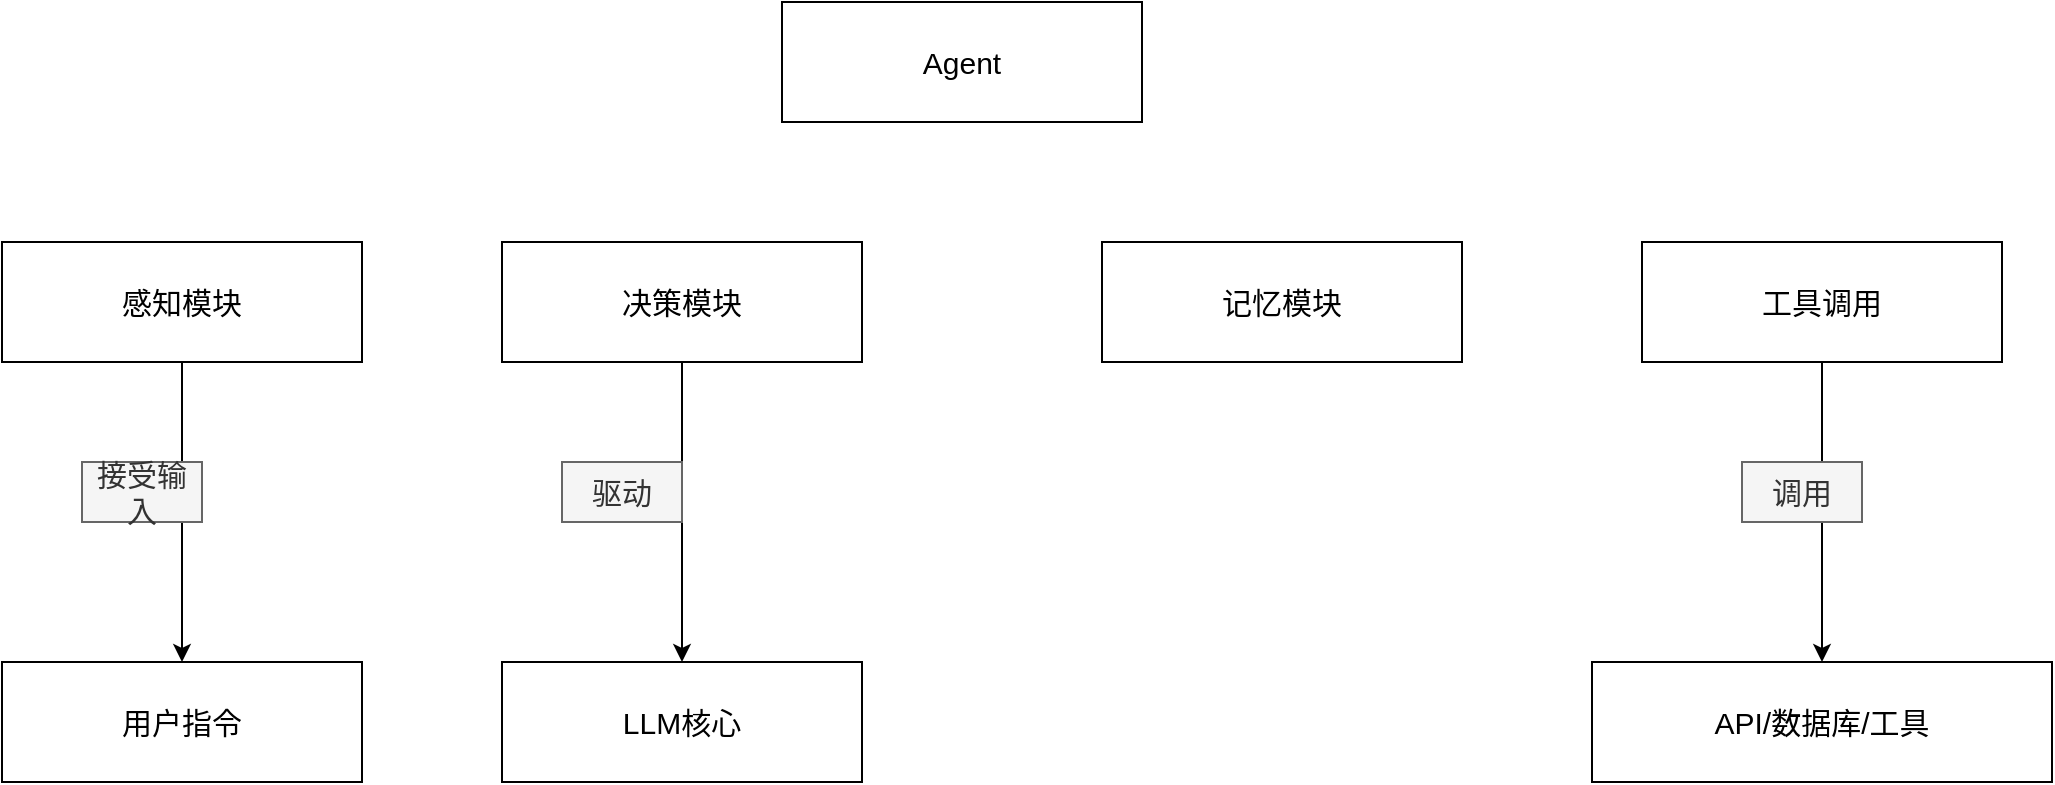
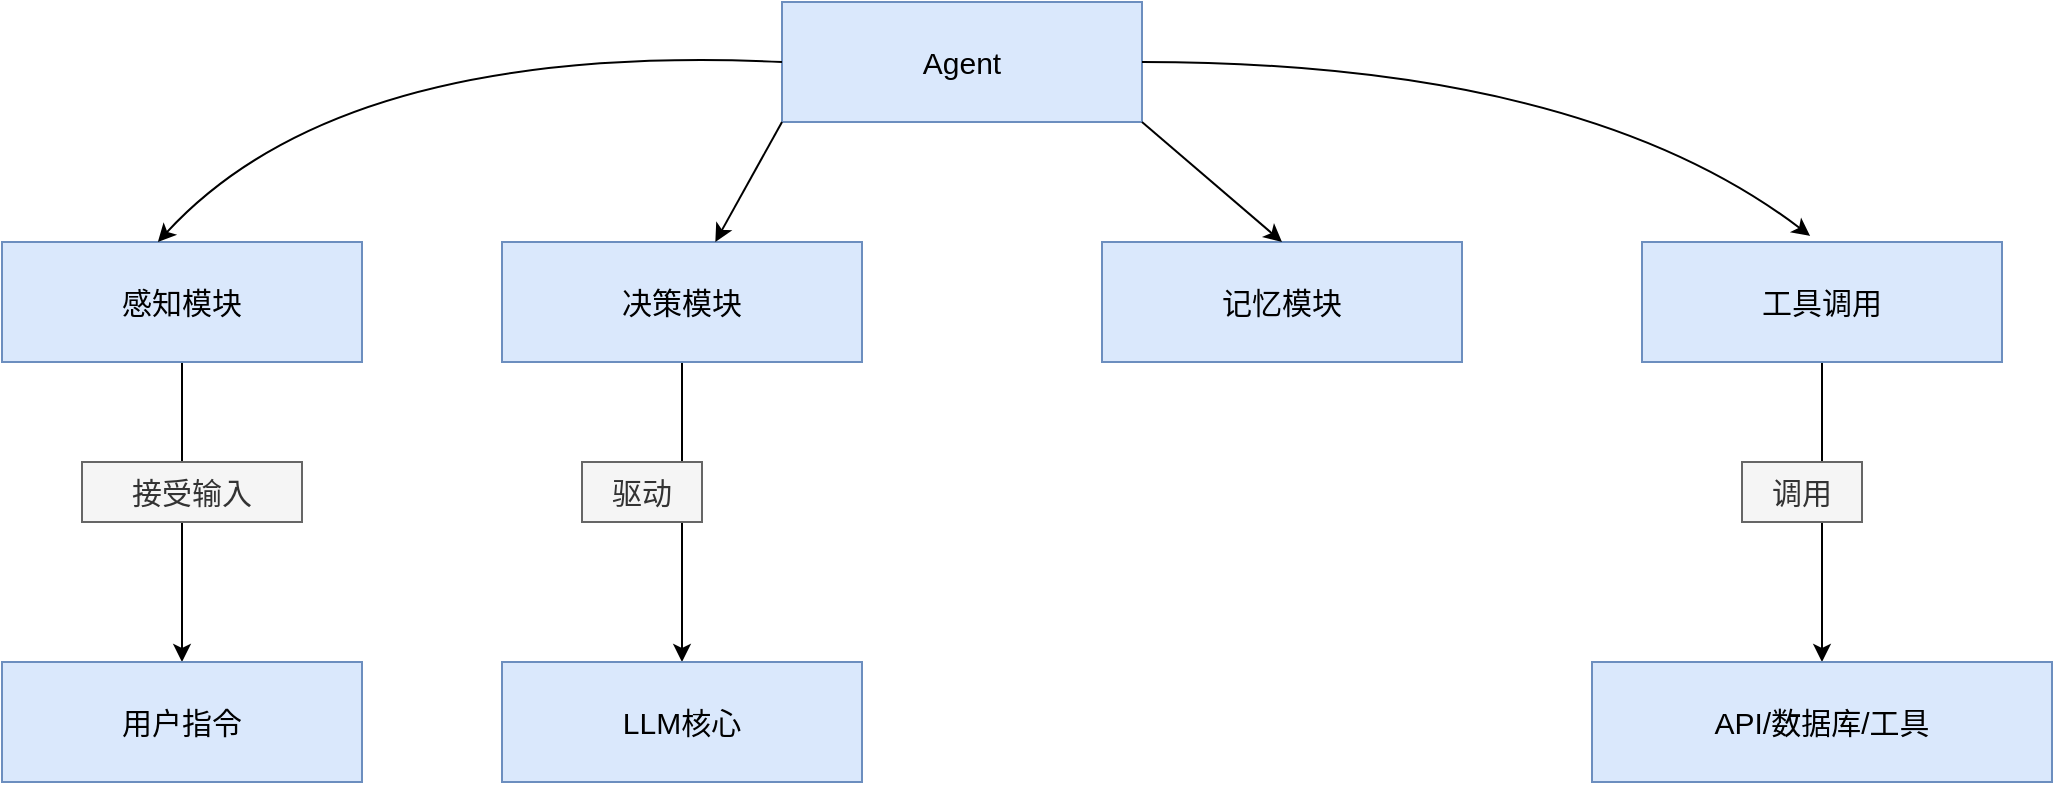
<mxfile host="app.diagrams.net">
  <diagram name="第 1 页" id="bPVzlkbhWvSoOJEPzTIg">
    <mxGraphModel dx="2241" dy="751" grid="1" gridSize="10" guides="1" tooltips="1" connect="1" arrows="1" fold="1" page="1" pageScale="1" pageWidth="827" pageHeight="1169" math="0" shadow="0">
      <root>
        <mxCell id="0" />
        <mxCell id="1" parent="0" />
-         <mxCell id="gLCEh18z237ShsNpVDyn-1" parent="1" style="rounded=0;whiteSpace=wrap;html=1;fontSize=15;" value="Agent" vertex="1">
+         <mxCell id="gLCEh18z237ShsNpVDyn-1" parent="1" style="rounded=0;whiteSpace=wrap;html=1;fontSize=15;fillColor=#dae8fc;strokeColor=#6c8ebf;" value="Agent" vertex="1">
          <mxGeometry height="60" width="180" x="310" y="120" as="geometry" />
        </mxCell>
        <mxCell id="gLCEh18z237ShsNpVDyn-9" edge="1" parent="1" source="gLCEh18z237ShsNpVDyn-2" style="edgeStyle=orthogonalEdgeStyle;rounded=0;orthogonalLoop=1;jettySize=auto;html=1;fontSize=15;" target="gLCEh18z237ShsNpVDyn-6">
          <mxGeometry relative="1" as="geometry" />
        </mxCell>
-         <mxCell id="gLCEh18z237ShsNpVDyn-2" parent="1" style="rounded=0;whiteSpace=wrap;html=1;fontSize=15;" value="感知模块" vertex="1">
+         <mxCell id="gLCEh18z237ShsNpVDyn-2" parent="1" style="rounded=0;whiteSpace=wrap;html=1;fontSize=15;fillColor=#dae8fc;strokeColor=#6c8ebf;" value="感知模块" vertex="1">
          <mxGeometry height="60" width="180" x="-80" y="240" as="geometry" />
        </mxCell>
        <mxCell id="gLCEh18z237ShsNpVDyn-10" edge="1" parent="1" source="gLCEh18z237ShsNpVDyn-3" style="edgeStyle=orthogonalEdgeStyle;rounded=0;orthogonalLoop=1;jettySize=auto;html=1;entryX=0.5;entryY=0;entryDx=0;entryDy=0;fontSize=15;" target="gLCEh18z237ShsNpVDyn-7">
          <mxGeometry relative="1" as="geometry" />
        </mxCell>
-         <mxCell id="gLCEh18z237ShsNpVDyn-3" parent="1" style="rounded=0;whiteSpace=wrap;html=1;fontSize=15;" value="决策模块" vertex="1">
+         <mxCell id="gLCEh18z237ShsNpVDyn-3" parent="1" style="rounded=0;whiteSpace=wrap;html=1;fontSize=15;fillColor=#dae8fc;strokeColor=#6c8ebf;" value="决策模块" vertex="1">
          <mxGeometry height="60" width="180" x="170" y="240" as="geometry" />
        </mxCell>
-         <mxCell id="gLCEh18z237ShsNpVDyn-4" parent="1" style="rounded=0;whiteSpace=wrap;html=1;fontSize=15;" value="记忆模块" vertex="1">
+         <mxCell id="gLCEh18z237ShsNpVDyn-4" parent="1" style="rounded=0;whiteSpace=wrap;html=1;fontSize=15;fillColor=#dae8fc;strokeColor=#6c8ebf;" value="记忆模块" vertex="1">
          <mxGeometry height="60" width="180" x="470" y="240" as="geometry" />
        </mxCell>
        <mxCell id="gLCEh18z237ShsNpVDyn-11" edge="1" parent="1" source="gLCEh18z237ShsNpVDyn-5" style="edgeStyle=orthogonalEdgeStyle;rounded=0;orthogonalLoop=1;jettySize=auto;html=1;entryX=0.5;entryY=0;entryDx=0;entryDy=0;fontSize=15;" target="gLCEh18z237ShsNpVDyn-8">
          <mxGeometry relative="1" as="geometry" />
        </mxCell>
-         <mxCell id="gLCEh18z237ShsNpVDyn-5" parent="1" style="rounded=0;whiteSpace=wrap;html=1;fontSize=15;" value="工具调用" vertex="1">
+         <mxCell id="gLCEh18z237ShsNpVDyn-5" parent="1" style="rounded=0;whiteSpace=wrap;html=1;fontSize=15;fillColor=#dae8fc;strokeColor=#6c8ebf;" value="工具调用" vertex="1">
          <mxGeometry height="60" width="180" x="740" y="240" as="geometry" />
        </mxCell>
-         <mxCell id="gLCEh18z237ShsNpVDyn-6" parent="1" style="rounded=0;whiteSpace=wrap;html=1;fontSize=15;" value="用户指令" vertex="1">
+         <mxCell id="gLCEh18z237ShsNpVDyn-6" parent="1" style="rounded=0;whiteSpace=wrap;html=1;fontSize=15;fillColor=#dae8fc;strokeColor=#6c8ebf;" value="用户指令" vertex="1">
          <mxGeometry height="60" width="180" x="-80" y="450" as="geometry" />
        </mxCell>
-         <mxCell id="gLCEh18z237ShsNpVDyn-7" parent="1" style="rounded=0;whiteSpace=wrap;html=1;fontSize=15;" value="LLM核心" vertex="1">
+         <mxCell id="gLCEh18z237ShsNpVDyn-7" parent="1" style="rounded=0;whiteSpace=wrap;html=1;fontSize=15;fillColor=#dae8fc;strokeColor=#6c8ebf;" value="LLM核心" vertex="1">
          <mxGeometry height="60" width="180" x="170" y="450" as="geometry" />
        </mxCell>
-         <mxCell id="gLCEh18z237ShsNpVDyn-8" parent="1" style="rounded=0;whiteSpace=wrap;html=1;fontSize=15;" value="API/数据库/工具" vertex="1">
+         <mxCell id="gLCEh18z237ShsNpVDyn-8" parent="1" style="rounded=0;whiteSpace=wrap;html=1;fontSize=15;fillColor=#dae8fc;strokeColor=#6c8ebf;" value="API/数据库/工具" vertex="1">
          <mxGeometry height="60" width="230" x="715" y="450" as="geometry" />
        </mxCell>
        <mxCell id="gLCEh18z237ShsNpVDyn-12" parent="1" style="text;html=1;whiteSpace=wrap;strokeColor=#666666;fillColor=#f5f5f5;align=center;verticalAlign=middle;rounded=0;fontColor=#333333;fontSize=15;" value="接受输入" vertex="1">
-           <mxGeometry height="30" width="60" x="-40" y="350" as="geometry" />
+           <mxGeometry height="30" width="110" x="-40" y="350" as="geometry" />
        </mxCell>
        <mxCell id="gLCEh18z237ShsNpVDyn-14" parent="1" style="text;html=1;whiteSpace=wrap;strokeColor=#666666;fillColor=#f5f5f5;align=center;verticalAlign=middle;rounded=0;fontColor=#333333;fontSize=15;" value="驱动" vertex="1">
-           <mxGeometry height="30" width="60" x="200" y="350" as="geometry" />
+           <mxGeometry height="30" width="60" x="210" y="350" as="geometry" />
        </mxCell>
        <mxCell id="gLCEh18z237ShsNpVDyn-15" parent="1" style="text;html=1;whiteSpace=wrap;strokeColor=#666666;fillColor=#f5f5f5;align=center;verticalAlign=middle;rounded=0;fontColor=#333333;fontSize=15;" value="调用" vertex="1">
          <mxGeometry height="30" width="60" x="790" y="350" as="geometry" />
+         </mxCell>
+         <mxCell id="gLCEh18z237ShsNpVDyn-16" edge="1" parent="1" source="gLCEh18z237ShsNpVDyn-1" style="endArrow=classic;html=1;rounded=0;exitX=0;exitY=0.5;exitDx=0;exitDy=0;entryX=0.433;entryY=0;entryDx=0;entryDy=0;entryPerimeter=0;curved=1;" target="gLCEh18z237ShsNpVDyn-2" value="">
+           <mxGeometry height="50" relative="1" width="50" as="geometry">
+             <Array as="points">
+               <mxPoint x="90" y="140" />
+             </Array>
+             <mxPoint x="190" y="170" as="sourcePoint" />
+             <mxPoint x="30" y="160" as="targetPoint" />
+           </mxGeometry>
+         </mxCell>
+         <mxCell id="gLCEh18z237ShsNpVDyn-17" edge="1" parent="1" source="gLCEh18z237ShsNpVDyn-1" style="endArrow=classic;html=1;rounded=0;exitX=0;exitY=1;exitDx=0;exitDy=0;" target="gLCEh18z237ShsNpVDyn-3" value="">
+           <mxGeometry height="50" relative="1" width="50" as="geometry">
+             <mxPoint x="190" y="230" as="sourcePoint" />
+             <mxPoint x="240" y="180" as="targetPoint" />
+           </mxGeometry>
+         </mxCell>
+         <mxCell id="gLCEh18z237ShsNpVDyn-18" edge="1" parent="1" source="gLCEh18z237ShsNpVDyn-1" style="endArrow=classic;html=1;rounded=0;exitX=1;exitY=1;exitDx=0;exitDy=0;entryX=0.5;entryY=0;entryDx=0;entryDy=0;" target="gLCEh18z237ShsNpVDyn-4" value="">
+           <mxGeometry height="50" relative="1" width="50" as="geometry">
+             <mxPoint x="560" y="220" as="sourcePoint" />
+             <mxPoint x="610" y="170" as="targetPoint" />
+           </mxGeometry>
+         </mxCell>
+         <mxCell id="gLCEh18z237ShsNpVDyn-19" edge="1" parent="1" source="gLCEh18z237ShsNpVDyn-1" style="endArrow=classic;html=1;rounded=0;exitX=1;exitY=0.5;exitDx=0;exitDy=0;entryX=0.467;entryY=-0.05;entryDx=0;entryDy=0;entryPerimeter=0;curved=1;" target="gLCEh18z237ShsNpVDyn-5" value="">
+           <mxGeometry height="50" relative="1" width="50" as="geometry">
+             <Array as="points">
+               <mxPoint x="710" y="150" />
+             </Array>
+             <mxPoint x="570" y="170" as="sourcePoint" />
+             <mxPoint x="620" y="120" as="targetPoint" />
+           </mxGeometry>
        </mxCell>
      </root>
    </mxGraphModel>
  </diagram>
</mxfile>
